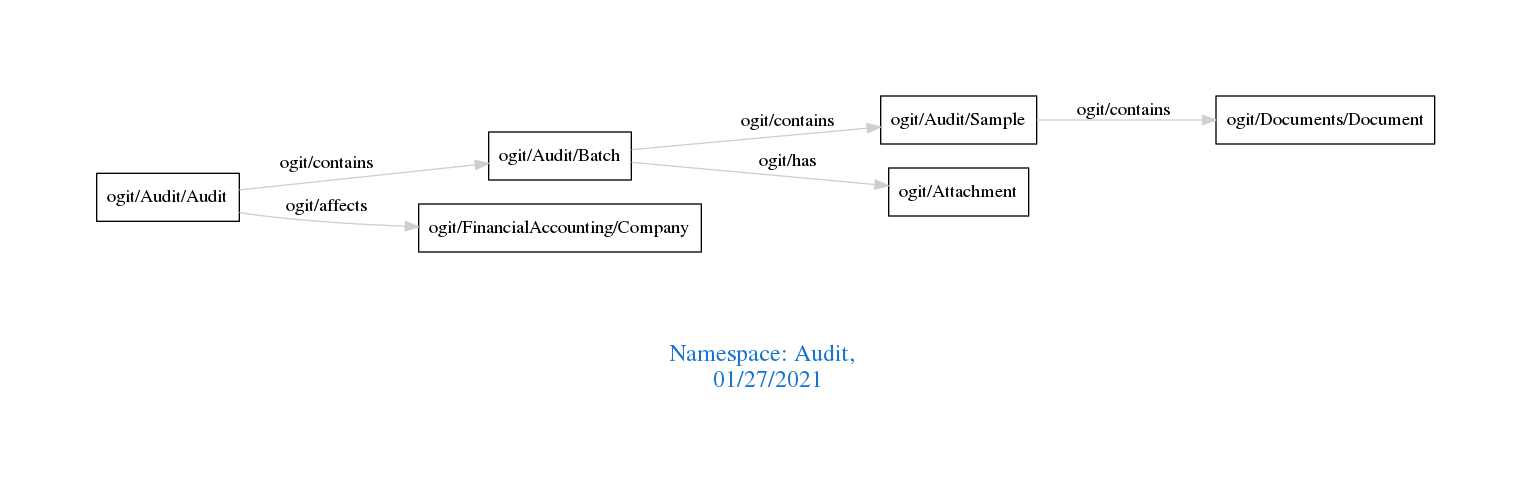
Before: downloads/Audit.png, a diagram exported from Graphviz (arago/OGIT). Its source is kept beside it as downloads/Audit.dot.
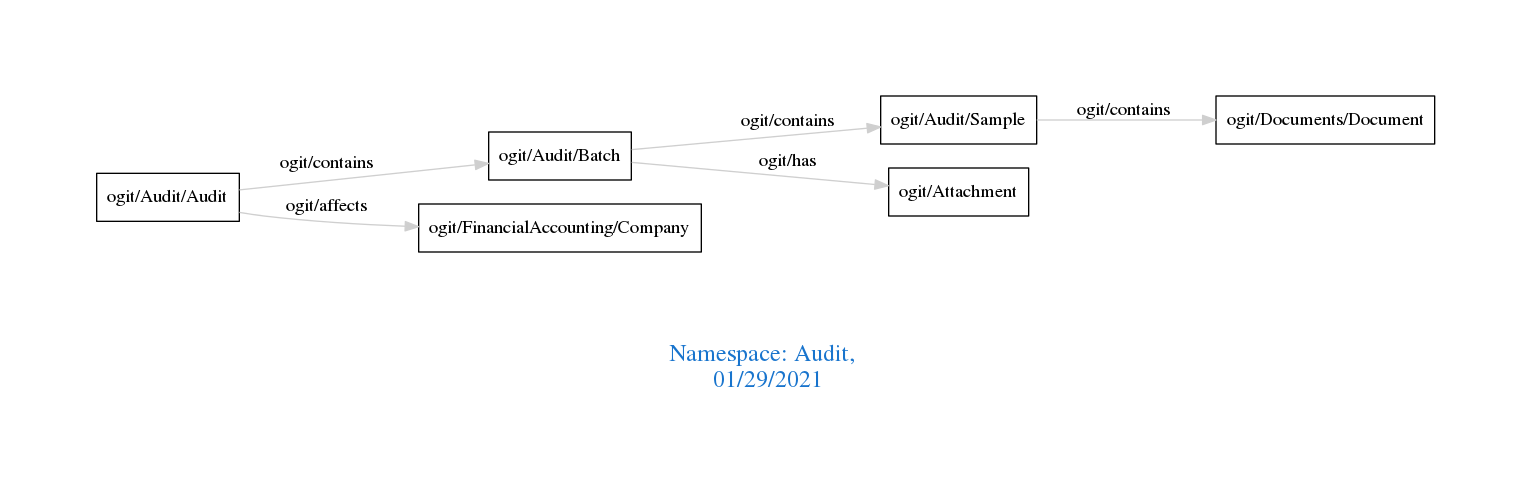
After the commit.

What changed in the source:
```diff
@@ -1,7 +1,7 @@
 digraph OGIT_ontology {
  graph [ rankdir= LR,pad=1
 fontsize = 18,
-fontcolor= dodgerblue3,label = "\n\n\nNamespace: Audit, \n 01/27/2021"];
+fontcolor= dodgerblue3,label = "\n\n\nNamespace: Audit, \n 01/29/2021"];
 node[shape=polygon];
 edge [  color="gray81"];
 
```
